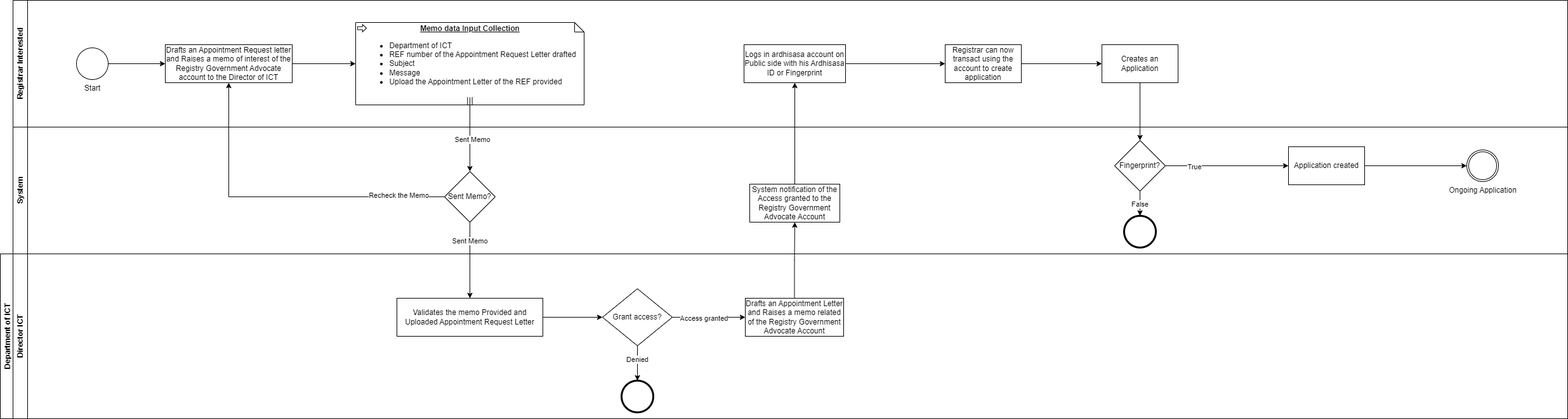
geoprojectke/BPMN keeps this draw.io diagram as REGISTRY GOVERNMENT ADVOCATE ACCOUNTS AUTHOURISATION.drawio.png. Above is the earlier version. Source tidied: cells renumbered, new cells last; positions are measured from the earlier drawing's top-left corner, leaving out a move shared by most shapes. Source of this version:
```xml
<mxGraphModel>
  <root>
    <mxCell id="0" />
    <mxCell id="1" parent="0" />
    <mxCell id="2" value="System" style="swimlane;horizontal=0;whiteSpace=wrap;html=1;" parent="1" vertex="1">
      <mxGeometry x="20" y="200" width="2450" height="200" as="geometry" />
    </mxCell>
    <mxCell id="3" value="Sent Memo?" style="rhombus;whiteSpace=wrap;html=1;" parent="2" vertex="1">
      <mxGeometry x="680" y="70" width="80" height="80" as="geometry" />
    </mxCell>
    <mxCell id="4" value="System notification of the Access granted to the Registry Government Advocate Account" style="rounded=0;whiteSpace=wrap;html=1;" parent="2" vertex="1">
      <mxGeometry x="1161" y="90" width="142" height="60" as="geometry" />
    </mxCell>
    <mxCell id="5" style="points=[[0.145,0.145,0],[0.5,0,0],[0.855,0.145,0],[1,0.5,0],[0.855,0.855,0],[0.5,1,0],[0.145,0.855,0],[0,0.5,0]];shape=mxgraph.bpmn.event;html=1;verticalLabelPosition=bottom;labelBackgroundColor=#ffffff;verticalAlign=top;align=center;perimeter=ellipsePerimeter;outlineConnect=0;outline=end;symbol=terminate2;" parent="2" vertex="1">
      <mxGeometry x="1751" y="140" width="50" height="50" as="geometry" />
    </mxCell>
    <mxCell id="6" value="Application created" style="rounded=0;whiteSpace=wrap;html=1;" parent="2" vertex="1">
      <mxGeometry x="2010" y="31" width="120" height="60" as="geometry" />
    </mxCell>
    <mxCell id="7" value="Ongoing Application" style="points=[[0.145,0.145,0],[0.5,0,0],[0.855,0.145,0],[1,0.5,0],[0.855,0.855,0],[0.5,1,0],[0.145,0.855,0],[0,0.5,0]];shape=mxgraph.bpmn.event;html=1;verticalLabelPosition=bottom;labelBackgroundColor=#ffffff;verticalAlign=top;align=center;perimeter=ellipsePerimeter;outlineConnect=0;outline=throwing;symbol=general;" parent="2" vertex="1">
      <mxGeometry x="2291" y="36" width="50" height="50" as="geometry" />
    </mxCell>
    <mxCell id="8" style="edgeStyle=orthogonalEdgeStyle;rounded=0;jettySize=auto;html=1;exitX=1;exitY=0.5;exitDx=0;exitDy=0;entryX=0;entryY=0.5;entryDx=0;entryDy=0;entryPerimeter=0;" parent="2" edge="1" source="6" target="7">
      <mxGeometry relative="1" as="geometry" />
    </mxCell>
    <mxCell id="9" value="Department of ICT" style="swimlane;horizontal=0;whiteSpace=wrap;html=1;" parent="1" vertex="1">
      <mxGeometry y="400" width="2470" height="260" as="geometry" />
    </mxCell>
    <mxCell id="10" value="Director ICT" style="swimlane;horizontal=0;whiteSpace=wrap;html=1;" parent="1" vertex="1">
      <mxGeometry x="20" y="400" width="2450" height="260" as="geometry" />
    </mxCell>
    <mxCell id="11" style="edgeStyle=orthogonalEdgeStyle;rounded=0;jettySize=auto;html=1;exitX=1;exitY=0.5;exitDx=0;exitDy=0;entryX=0;entryY=0.5;entryDx=0;entryDy=0;" parent="10" edge="1" source="12" target="17">
      <mxGeometry relative="1" as="geometry" />
    </mxCell>
    <mxCell id="12" value="Validates the memo Provided and Uploaded Appointment Request Letter" style="rounded=0;whiteSpace=wrap;html=1;" parent="10" vertex="1">
      <mxGeometry x="605" y="70" width="230" height="60" as="geometry" />
    </mxCell>
    <mxCell id="13" style="edgeStyle=orthogonalEdgeStyle;rounded=0;jettySize=auto;html=1;exitX=0.5;exitY=1;exitDx=0;exitDy=0;" parent="10" edge="1" source="17" target="18">
      <mxGeometry relative="1" as="geometry" />
    </mxCell>
    <mxCell id="14" value="Denied" style="edgeLabel;html=1;align=center;verticalAlign=middle;" parent="13" vertex="1">
      <mxGeometry x="-0.22" y="-1" relative="1" as="geometry" />
    </mxCell>
    <mxCell id="15" style="edgeStyle=orthogonalEdgeStyle;rounded=0;jettySize=auto;html=1;exitX=1;exitY=0.5;exitDx=0;exitDy=0;entryX=0;entryY=0.5;entryDx=0;entryDy=0;" parent="10" edge="1" source="17" target="19">
      <mxGeometry relative="1" as="geometry" />
    </mxCell>
    <mxCell id="16" value="Access granted" style="edgeLabel;html=1;align=center;verticalAlign=middle;" parent="15" vertex="1">
      <mxGeometry x="-0.15" y="-1" relative="1" as="geometry" />
    </mxCell>
    <mxCell id="17" value="Grant access?" style="rhombus;whiteSpace=wrap;html=1;" parent="10" vertex="1">
      <mxGeometry x="929" y="55" width="110" height="90" as="geometry" />
    </mxCell>
    <mxCell id="18" style="points=[[0.145,0.145,0],[0.5,0,0],[0.855,0.145,0],[1,0.5,0],[0.855,0.855,0],[0.5,1,0],[0.145,0.855,0],[0,0.5,0]];shape=mxgraph.bpmn.event;html=1;verticalLabelPosition=bottom;labelBackgroundColor=#ffffff;verticalAlign=top;align=center;perimeter=ellipsePerimeter;outlineConnect=0;outline=end;symbol=terminate2;" parent="10" vertex="1">
      <mxGeometry x="959" y="200" width="50" height="50" as="geometry" />
    </mxCell>
    <mxCell id="19" value="Drafts an Appointment Letter and Raises a memo related of the Registry Government Advocate Account" style="rounded=0;whiteSpace=wrap;html=1;" parent="10" vertex="1">
      <mxGeometry x="1154" y="70" width="155" height="60" as="geometry" />
    </mxCell>
    <mxCell id="20" value="Registrar Interested" style="swimlane;horizontal=0;whiteSpace=wrap;html=1;" parent="1" vertex="1">
      <mxGeometry x="20" width="2450" height="200" as="geometry" />
    </mxCell>
    <mxCell id="21" style="edgeStyle=orthogonalEdgeStyle;rounded=0;jettySize=auto;html=1;exitX=1;exitY=0.5;exitDx=0;exitDy=0;exitPerimeter=0;entryX=0;entryY=0.5;entryDx=0;entryDy=0;" parent="20" edge="1" source="22" target="23">
      <mxGeometry relative="1" as="geometry" />
    </mxCell>
    <mxCell id="22" value="Start" style="points=[[0.145,0.145,0],[0.5,0,0],[0.855,0.145,0],[1,0.5,0],[0.855,0.855,0],[0.5,1,0],[0.145,0.855,0],[0,0.5,0]];shape=mxgraph.bpmn.event;html=1;verticalLabelPosition=bottom;labelBackgroundColor=#ffffff;verticalAlign=top;align=center;perimeter=ellipsePerimeter;outlineConnect=0;outline=standard;symbol=general;" parent="20" vertex="1">
      <mxGeometry x="100" y="75" width="50" height="50" as="geometry" />
    </mxCell>
    <mxCell id="23" value="Drafts an Appointment Request letter and Raises a memo of interest of the Registry Government Advocate account to the Director of ICT" style="rounded=0;whiteSpace=wrap;html=1;" parent="20" vertex="1">
      <mxGeometry x="240" y="70" width="200" height="60" as="geometry" />
    </mxCell>
    <mxCell id="24" value="&lt;b&gt;&lt;u&gt;Memo data Input Collection&lt;/u&gt;&lt;/b&gt;&lt;div style=&quot;text-align: left;&quot;&gt;&lt;ul&gt;&lt;li&gt;Department of ICT&lt;/li&gt;&lt;li&gt;REF number of the Appointment Request Letter drafted&lt;/li&gt;&lt;li&gt;Subject&lt;/li&gt;&lt;li&gt;Message&lt;/li&gt;&lt;li&gt;&lt;span style=&quot;background-color: initial;&quot;&gt;Upload the Appointment Letter of the REF provided&lt;/span&gt;&lt;/li&gt;&lt;/ul&gt;&lt;/div&gt;&lt;div&gt;&lt;div style=&quot;text-align: left;&quot;&gt;&lt;b&gt;&lt;u&gt;&lt;br&gt;&lt;/u&gt;&lt;/b&gt;&lt;/div&gt;&lt;/div&gt;" style="shape=mxgraph.bpmn.data;labelPosition=center;verticalLabelPosition=middle;align=center;verticalAlign=middle;size=15;html=1;bpmnTransferType=input;isCollection=1;" parent="20" vertex="1">
      <mxGeometry x="540" y="35" width="360" height="130" as="geometry" />
    </mxCell>
    <mxCell id="25" style="edgeStyle=orthogonalEdgeStyle;rounded=0;jettySize=auto;html=1;exitX=1;exitY=0.5;exitDx=0;exitDy=0;entryX=0;entryY=0.5;entryDx=0;entryDy=0;entryPerimeter=0;" parent="20" edge="1" source="23" target="24">
      <mxGeometry relative="1" as="geometry" />
    </mxCell>
    <mxCell id="26" style="edgeStyle=orthogonalEdgeStyle;rounded=0;jettySize=auto;html=1;exitX=1;exitY=0.5;exitDx=0;exitDy=0;entryX=0;entryY=0.5;entryDx=0;entryDy=0;" parent="20" edge="1" source="27" target="29">
      <mxGeometry relative="1" as="geometry" />
    </mxCell>
    <mxCell id="27" value="Logs in ardhisasa account on Public side with his Ardhisasa ID or Fingerprint" style="rounded=0;whiteSpace=wrap;html=1;" parent="20" vertex="1">
      <mxGeometry x="1152" y="70" width="160" height="60" as="geometry" />
    </mxCell>
    <mxCell id="28" style="edgeStyle=orthogonalEdgeStyle;rounded=0;jettySize=auto;html=1;exitX=1;exitY=0.5;exitDx=0;exitDy=0;entryX=0;entryY=0.5;entryDx=0;entryDy=0;" parent="20" edge="1" source="29" target="30">
      <mxGeometry relative="1" as="geometry" />
    </mxCell>
    <mxCell id="29" value="Registrar can now transact using the account to create application" style="rounded=0;whiteSpace=wrap;html=1;" parent="20" vertex="1">
      <mxGeometry x="1469" y="70" width="120" height="60" as="geometry" />
    </mxCell>
    <mxCell id="30" value="Creates an Application" style="rounded=0;whiteSpace=wrap;html=1;" parent="20" vertex="1">
      <mxGeometry x="1716" y="70" width="120" height="60" as="geometry" />
    </mxCell>
    <mxCell id="31" style="edgeStyle=orthogonalEdgeStyle;rounded=0;jettySize=auto;html=1;exitX=0.5;exitY=1;exitDx=0;exitDy=0;exitPerimeter=0;entryX=0.5;entryY=0;entryDx=0;entryDy=0;" parent="1" edge="1" source="24" target="3">
      <mxGeometry relative="1" as="geometry" />
    </mxCell>
    <mxCell id="32" value="Sent Memo" style="edgeLabel;html=1;align=center;verticalAlign=middle;" parent="31" vertex="1">
      <mxGeometry x="0.04" y="3" relative="1" as="geometry" />
    </mxCell>
    <mxCell id="33" style="edgeStyle=orthogonalEdgeStyle;rounded=0;jettySize=auto;html=1;exitX=0;exitY=0.5;exitDx=0;exitDy=0;entryX=0.5;entryY=1;entryDx=0;entryDy=0;" parent="1" edge="1" source="3" target="23">
      <mxGeometry relative="1" as="geometry" />
    </mxCell>
    <mxCell id="34" value="Recheck the Memo" style="edgeLabel;html=1;align=center;verticalAlign=middle;" parent="33" vertex="1">
      <mxGeometry x="-0.72" y="-3" relative="1" as="geometry" />
    </mxCell>
    <mxCell id="35" style="edgeStyle=orthogonalEdgeStyle;rounded=0;jettySize=auto;html=1;exitX=0.5;exitY=1;exitDx=0;exitDy=0;entryX=0.5;entryY=0;entryDx=0;entryDy=0;" parent="1" edge="1" source="3" target="12">
      <mxGeometry relative="1" as="geometry" />
    </mxCell>
    <mxCell id="36" value="Sent Memo" style="edgeLabel;html=1;align=center;verticalAlign=middle;" parent="35" vertex="1">
      <mxGeometry x="-0.51" y="-1" relative="1" as="geometry" />
    </mxCell>
    <mxCell id="37" style="edgeStyle=orthogonalEdgeStyle;rounded=0;jettySize=auto;html=1;exitX=0.5;exitY=0;exitDx=0;exitDy=0;entryX=0.5;entryY=1;entryDx=0;entryDy=0;" parent="1" edge="1" source="19" target="4">
      <mxGeometry relative="1" as="geometry" />
    </mxCell>
    <mxCell id="38" style="edgeStyle=orthogonalEdgeStyle;rounded=0;jettySize=auto;html=1;exitX=0.5;exitY=0;exitDx=0;exitDy=0;entryX=0.5;entryY=1;entryDx=0;entryDy=0;" parent="1" edge="1" source="4" target="27">
      <mxGeometry relative="1" as="geometry" />
    </mxCell>
    <mxCell id="39" style="edgeStyle=orthogonalEdgeStyle;rounded=0;jettySize=auto;html=1;exitX=0.5;exitY=1;exitDx=0;exitDy=0;" parent="1" edge="1" source="43" target="5">
      <mxGeometry relative="1" as="geometry" />
    </mxCell>
    <mxCell id="40" value="False" style="edgeLabel;html=1;align=center;verticalAlign=middle;" parent="39" vertex="1">
      <mxGeometry x="0.06" y="-1" relative="1" as="geometry" />
    </mxCell>
    <mxCell id="41" style="edgeStyle=orthogonalEdgeStyle;rounded=0;jettySize=auto;html=1;exitX=1;exitY=0.5;exitDx=0;exitDy=0;" parent="1" edge="1" source="43" target="6">
      <mxGeometry relative="1" as="geometry" />
    </mxCell>
    <mxCell id="42" value="True" style="edgeLabel;html=1;align=center;verticalAlign=middle;" parent="41" vertex="1">
      <mxGeometry x="-0.54" y="-1" relative="1" as="geometry" />
    </mxCell>
    <mxCell id="43" value="Fingerprint?" style="rhombus;whiteSpace=wrap;html=1;" parent="1" vertex="1">
      <mxGeometry x="1756" y="221" width="80" height="80" as="geometry" />
    </mxCell>
    <mxCell id="44" style="edgeStyle=orthogonalEdgeStyle;rounded=0;jettySize=auto;html=1;exitX=0.5;exitY=1;exitDx=0;exitDy=0;entryX=0.5;entryY=0;entryDx=0;entryDy=0;" parent="1" edge="1" source="30" target="43">
      <mxGeometry relative="1" as="geometry" />
    </mxCell>
  </root>
</mxGraphModel>
```
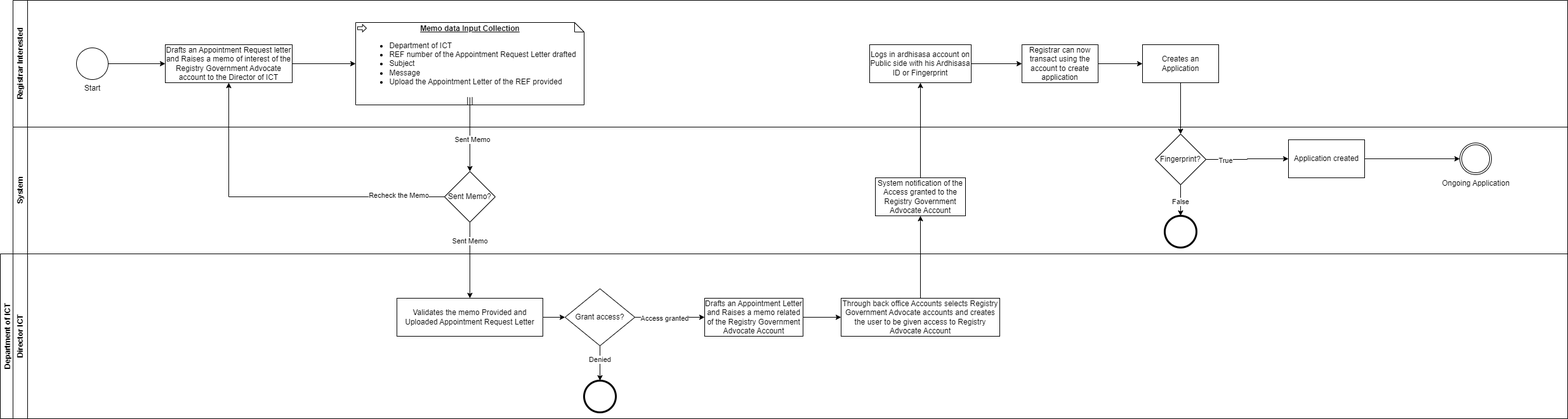
The same file after the commit.

Change to the diagram source:
```diff
@@ -9,20 +9,35 @@
       <mxGeometry x="680" y="70" width="80" height="80" as="geometry" />
     </mxCell>
     <mxCell id="4" value="System notification of the Access granted to the Registry Government Advocate Account" style="rounded=0;whiteSpace=wrap;html=1;" parent="2" vertex="1">
-      <mxGeometry x="1161" y="90" width="142" height="60" as="geometry" />
+      <mxGeometry x="1359" y="80" width="142" height="60" as="geometry" />
     </mxCell>
     <mxCell id="5" style="points=[[0.145,0.145,0],[0.5,0,0],[0.855,0.145,0],[1,0.5,0],[0.855,0.855,0],[0.5,1,0],[0.145,0.855,0],[0,0.5,0]];shape=mxgraph.bpmn.event;html=1;verticalLabelPosition=bottom;labelBackgroundColor=#ffffff;verticalAlign=top;align=center;perimeter=ellipsePerimeter;outlineConnect=0;outline=end;symbol=terminate2;" parent="2" vertex="1">
-      <mxGeometry x="1751" y="140" width="50" height="50" as="geometry" />
+      <mxGeometry x="1815" y="140" width="50" height="50" as="geometry" />
     </mxCell>
     <mxCell id="6" value="Application created" style="rounded=0;whiteSpace=wrap;html=1;" parent="2" vertex="1">
-      <mxGeometry x="2010" y="31" width="120" height="60" as="geometry" />
+      <mxGeometry x="2010" y="20" width="120" height="60" as="geometry" />
     </mxCell>
     <mxCell id="7" value="Ongoing Application" style="points=[[0.145,0.145,0],[0.5,0,0],[0.855,0.145,0],[1,0.5,0],[0.855,0.855,0],[0.5,1,0],[0.145,0.855,0],[0,0.5,0]];shape=mxgraph.bpmn.event;html=1;verticalLabelPosition=bottom;labelBackgroundColor=#ffffff;verticalAlign=top;align=center;perimeter=ellipsePerimeter;outlineConnect=0;outline=throwing;symbol=general;" parent="2" vertex="1">
-      <mxGeometry x="2291" y="36" width="50" height="50" as="geometry" />
+      <mxGeometry x="2280" y="25" width="50" height="50" as="geometry" />
     </mxCell>
     <mxCell id="8" style="edgeStyle=orthogonalEdgeStyle;rounded=0;jettySize=auto;html=1;exitX=1;exitY=0.5;exitDx=0;exitDy=0;entryX=0;entryY=0.5;entryDx=0;entryDy=0;entryPerimeter=0;" parent="2" edge="1" source="6" target="7">
       <mxGeometry relative="1" as="geometry" />
     </mxCell>
+    <mxCell id="43" value="Fingerprint?" style="rhombus;whiteSpace=wrap;html=1;" parent="2" vertex="1">
+      <mxGeometry x="1800" y="11" width="80" height="80" as="geometry" />
+    </mxCell>
+    <mxCell id="39" style="edgeStyle=orthogonalEdgeStyle;rounded=0;jettySize=auto;html=1;exitX=0.5;exitY=1;exitDx=0;exitDy=0;" parent="2" edge="1" source="43" target="5">
+      <mxGeometry relative="1" as="geometry" />
+    </mxCell>
+    <mxCell id="40" value="False" style="edgeLabel;html=1;align=center;verticalAlign=middle;" parent="39" vertex="1">
+      <mxGeometry x="0.06" y="-1" relative="1" as="geometry" />
+    </mxCell>
+    <mxCell id="41" style="edgeStyle=orthogonalEdgeStyle;rounded=0;jettySize=auto;html=1;exitX=1;exitY=0.5;exitDx=0;exitDy=0;" parent="2" edge="1" source="43" target="6">
+      <mxGeometry relative="1" as="geometry" />
+    </mxCell>
+    <mxCell id="42" value="True" style="edgeLabel;html=1;align=center;verticalAlign=middle;" parent="41" vertex="1">
+      <mxGeometry x="-0.54" y="-1" relative="1" as="geometry" />
+    </mxCell>
     <mxCell id="9" value="Department of ICT" style="swimlane;horizontal=0;whiteSpace=wrap;html=1;" parent="1" vertex="1">
       <mxGeometry y="400" width="2470" height="260" as="geometry" />
     </mxCell>
@@ -48,14 +63,20 @@
       <mxGeometry x="-0.15" y="-1" relative="1" as="geometry" />
     </mxCell>
     <mxCell id="17" value="Grant access?" style="rhombus;whiteSpace=wrap;html=1;" parent="10" vertex="1">
-      <mxGeometry x="929" y="55" width="110" height="90" as="geometry" />
+      <mxGeometry x="870" y="55" width="110" height="90" as="geometry" />
     </mxCell>
     <mxCell id="18" style="points=[[0.145,0.145,0],[0.5,0,0],[0.855,0.145,0],[1,0.5,0],[0.855,0.855,0],[0.5,1,0],[0.145,0.855,0],[0,0.5,0]];shape=mxgraph.bpmn.event;html=1;verticalLabelPosition=bottom;labelBackgroundColor=#ffffff;verticalAlign=top;align=center;perimeter=ellipsePerimeter;outlineConnect=0;outline=end;symbol=terminate2;" parent="10" vertex="1">
-      <mxGeometry x="959" y="200" width="50" height="50" as="geometry" />
+      <mxGeometry x="900" y="200" width="50" height="50" as="geometry" />
     </mxCell>
+    <mxCell id="45" style="edgeStyle=orthogonalEdgeStyle;rounded=0;jettySize=auto;html=1;exitX=1;exitY=0.5;exitDx=0;exitDy=0;entryX=0;entryY=0.5;entryDx=0;entryDy=0;" parent="10" edge="1" source="19" target="46">
+      <mxGeometry relative="1" as="geometry" />
+    </mxCell>
     <mxCell id="19" value="Drafts an Appointment Letter and Raises a memo related of the Registry Government Advocate Account" style="rounded=0;whiteSpace=wrap;html=1;" parent="10" vertex="1">
-      <mxGeometry x="1154" y="70" width="155" height="60" as="geometry" />
+      <mxGeometry x="1090" y="70" width="155" height="60" as="geometry" />
     </mxCell>
+    <mxCell id="46" value="Through back office Accounts selects Registry Government Advocate accounts and creates the user to be given access to Registry Advocate Account" style="rounded=0;whiteSpace=wrap;html=1;" parent="10" vertex="1">
+      <mxGeometry x="1305" y="70" width="250" height="60" as="geometry" />
+    </mxCell>
     <mxCell id="20" value="Registrar Interested" style="swimlane;horizontal=0;whiteSpace=wrap;html=1;" parent="1" vertex="1">
       <mxGeometry x="20" width="2450" height="200" as="geometry" />
     </mxCell>
@@ -78,16 +99,16 @@
       <mxGeometry relative="1" as="geometry" />
     </mxCell>
     <mxCell id="27" value="Logs in ardhisasa account on Public side with his Ardhisasa ID or Fingerprint" style="rounded=0;whiteSpace=wrap;html=1;" parent="20" vertex="1">
-      <mxGeometry x="1152" y="70" width="160" height="60" as="geometry" />
+      <mxGeometry x="1350" y="70" width="160" height="60" as="geometry" />
     </mxCell>
     <mxCell id="28" style="edgeStyle=orthogonalEdgeStyle;rounded=0;jettySize=auto;html=1;exitX=1;exitY=0.5;exitDx=0;exitDy=0;entryX=0;entryY=0.5;entryDx=0;entryDy=0;" parent="20" edge="1" source="29" target="30">
       <mxGeometry relative="1" as="geometry" />
     </mxCell>
     <mxCell id="29" value="Registrar can now transact using the account to create application" style="rounded=0;whiteSpace=wrap;html=1;" parent="20" vertex="1">
-      <mxGeometry x="1469" y="70" width="120" height="60" as="geometry" />
+      <mxGeometry x="1590" y="70" width="120" height="60" as="geometry" />
     </mxCell>
     <mxCell id="30" value="Creates an Application" style="rounded=0;whiteSpace=wrap;html=1;" parent="20" vertex="1">
-      <mxGeometry x="1716" y="70" width="120" height="60" as="geometry" />
+      <mxGeometry x="1780" y="70" width="120" height="60" as="geometry" />
     </mxCell>
     <mxCell id="31" style="edgeStyle=orthogonalEdgeStyle;rounded=0;jettySize=auto;html=1;exitX=0.5;exitY=1;exitDx=0;exitDy=0;exitPerimeter=0;entryX=0.5;entryY=0;entryDx=0;entryDy=0;" parent="1" edge="1" source="24" target="3">
       <mxGeometry relative="1" as="geometry" />
@@ -107,29 +128,14 @@
     <mxCell id="36" value="Sent Memo" style="edgeLabel;html=1;align=center;verticalAlign=middle;" parent="35" vertex="1">
       <mxGeometry x="-0.51" y="-1" relative="1" as="geometry" />
     </mxCell>
-    <mxCell id="37" style="edgeStyle=orthogonalEdgeStyle;rounded=0;jettySize=auto;html=1;exitX=0.5;exitY=0;exitDx=0;exitDy=0;entryX=0.5;entryY=1;entryDx=0;entryDy=0;" parent="1" edge="1" source="19" target="4">
-      <mxGeometry relative="1" as="geometry" />
-    </mxCell>
     <mxCell id="38" style="edgeStyle=orthogonalEdgeStyle;rounded=0;jettySize=auto;html=1;exitX=0.5;exitY=0;exitDx=0;exitDy=0;entryX=0.5;entryY=1;entryDx=0;entryDy=0;" parent="1" edge="1" source="4" target="27">
       <mxGeometry relative="1" as="geometry" />
     </mxCell>
-    <mxCell id="39" style="edgeStyle=orthogonalEdgeStyle;rounded=0;jettySize=auto;html=1;exitX=0.5;exitY=1;exitDx=0;exitDy=0;" parent="1" edge="1" source="43" target="5">
-      <mxGeometry relative="1" as="geometry" />
-    </mxCell>
-    <mxCell id="40" value="False" style="edgeLabel;html=1;align=center;verticalAlign=middle;" parent="39" vertex="1">
-      <mxGeometry x="0.06" y="-1" relative="1" as="geometry" />
-    </mxCell>
-    <mxCell id="41" style="edgeStyle=orthogonalEdgeStyle;rounded=0;jettySize=auto;html=1;exitX=1;exitY=0.5;exitDx=0;exitDy=0;" parent="1" edge="1" source="43" target="6">
-      <mxGeometry relative="1" as="geometry" />
-    </mxCell>
-    <mxCell id="42" value="True" style="edgeLabel;html=1;align=center;verticalAlign=middle;" parent="41" vertex="1">
-      <mxGeometry x="-0.54" y="-1" relative="1" as="geometry" />
-    </mxCell>
-    <mxCell id="43" value="Fingerprint?" style="rhombus;whiteSpace=wrap;html=1;" parent="1" vertex="1">
-      <mxGeometry x="1756" y="221" width="80" height="80" as="geometry" />
-    </mxCell>
     <mxCell id="44" style="edgeStyle=orthogonalEdgeStyle;rounded=0;jettySize=auto;html=1;exitX=0.5;exitY=1;exitDx=0;exitDy=0;entryX=0.5;entryY=0;entryDx=0;entryDy=0;" parent="1" edge="1" source="30" target="43">
       <mxGeometry relative="1" as="geometry" />
     </mxCell>
+    <mxCell id="47" style="edgeStyle=orthogonalEdgeStyle;rounded=0;jettySize=auto;html=1;exitX=0.5;exitY=0;exitDx=0;exitDy=0;entryX=0.5;entryY=1;entryDx=0;entryDy=0;" parent="1" edge="1" source="46" target="4">
+      <mxGeometry relative="1" as="geometry" />
+    </mxCell>
   </root>
 </mxGraphModel>
```
